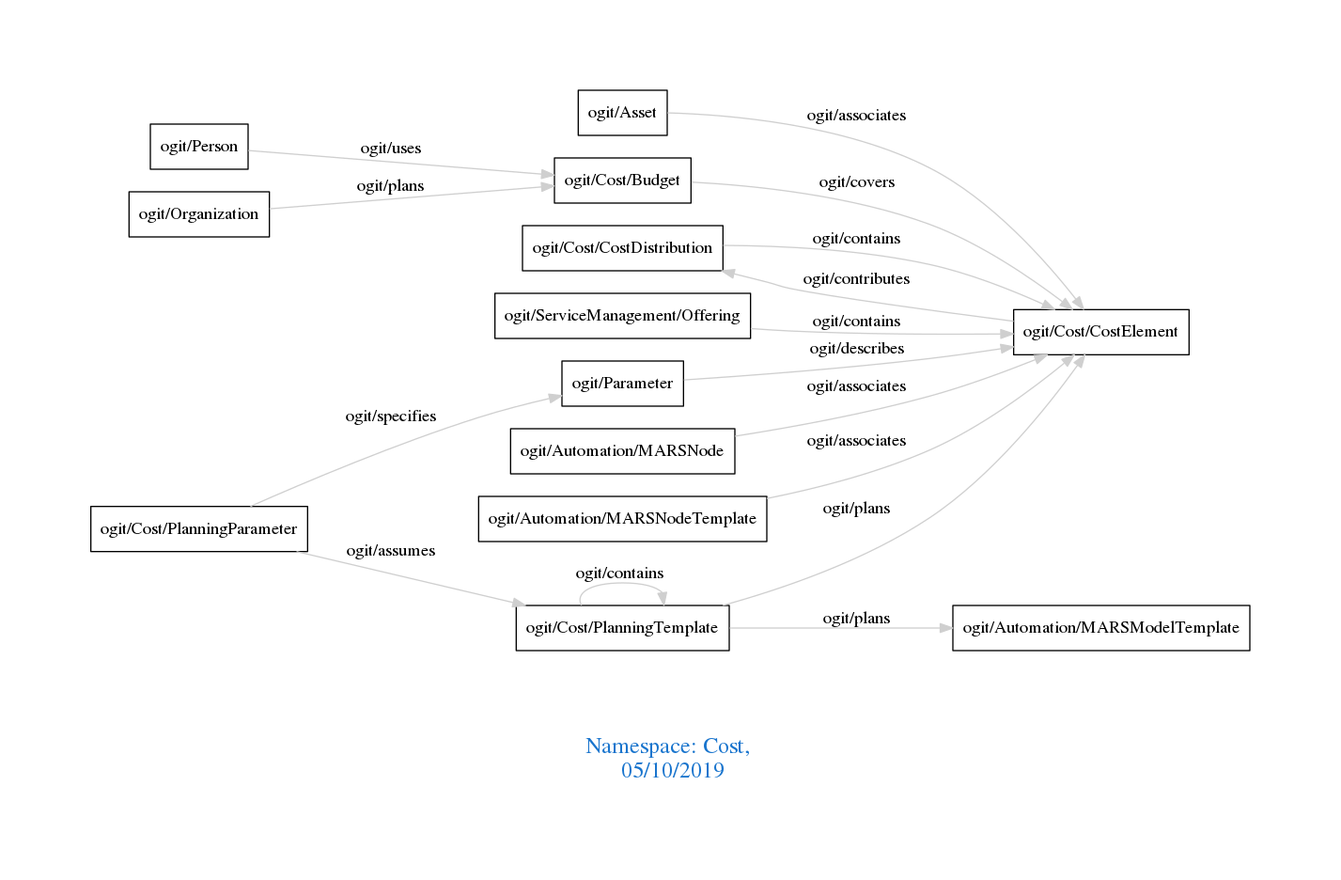
Before: downloads/Cost.png, a diagram exported from Graphviz (arago/OGIT). Its source is kept beside it as downloads/Cost.dot.
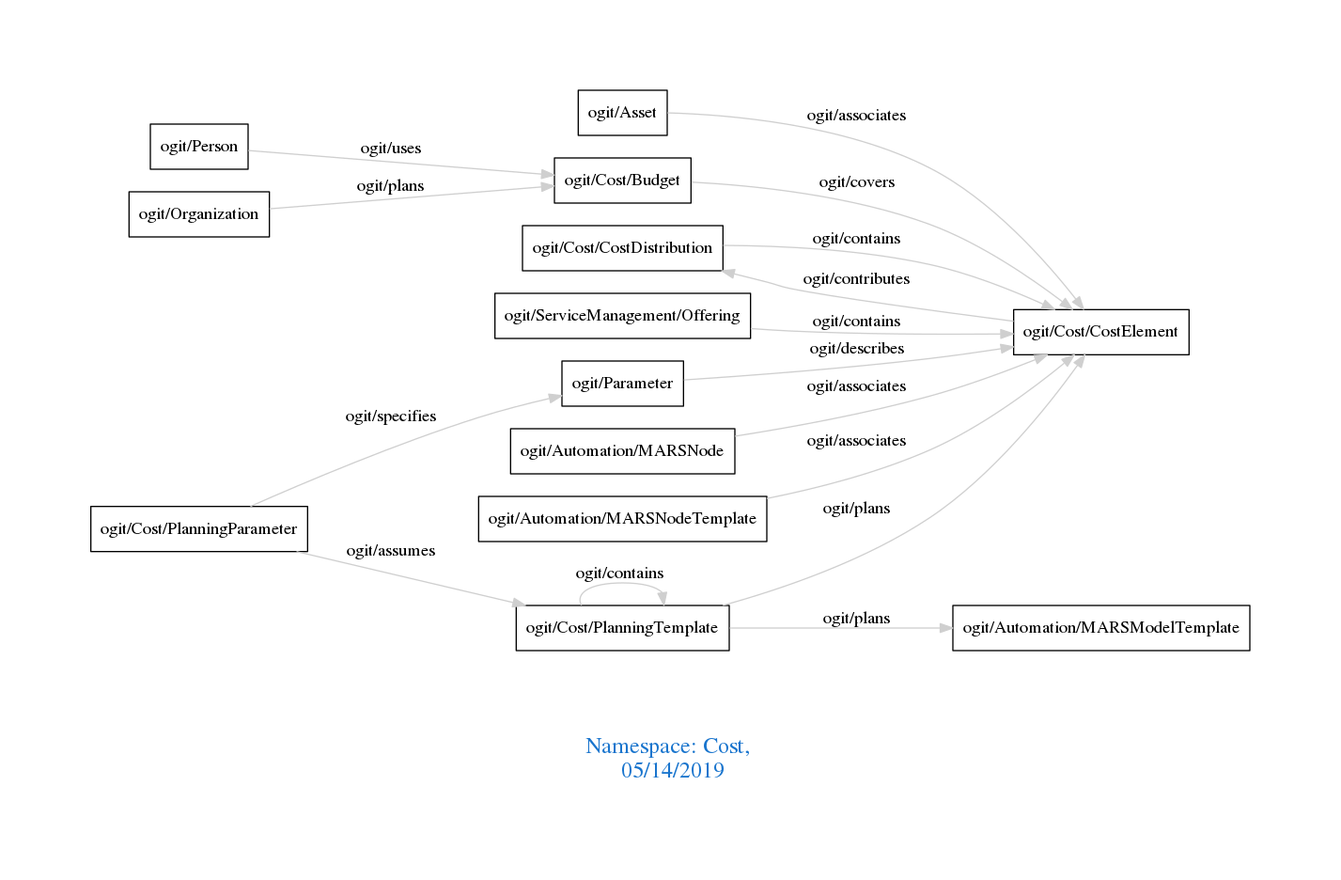
The same diagram one commit later.

Change to the diagram source:
```diff
@@ -1,7 +1,7 @@
 digraph OGIT_ontology {
  graph [ rankdir= LR,pad=1
 fontsize = 18,
-fontcolor= dodgerblue3,label = "\n\n\nNamespace: Cost, \n 05/10/2019"];
+fontcolor= dodgerblue3,label = "\n\n\nNamespace: Cost, \n 05/14/2019"];
 node[shape=polygon];
 edge [  color="gray81"];
 
```
